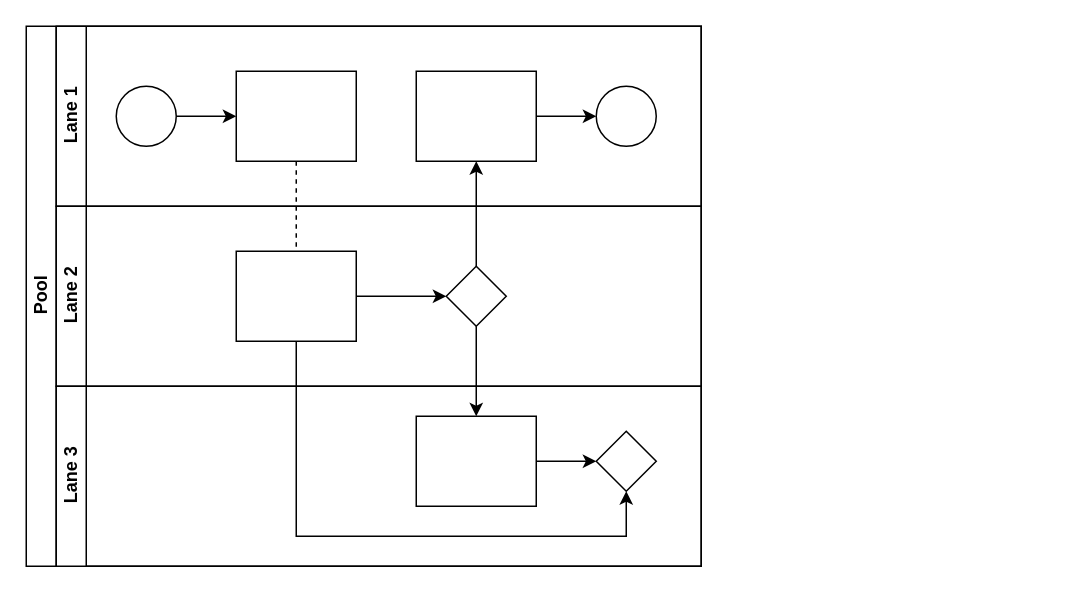
Before: Untitled Diagram.drawio in payam6/sandbox, a draw.io diagram. Source tidied: cells renumbered, new cells numbered last; positions are measured from the earlier drawing's top-left corner, leaving out a move shared by most shapes. Both pictures are drawn from the tidied source at 150%, with x=0, y=0 at pixel (26, 26).
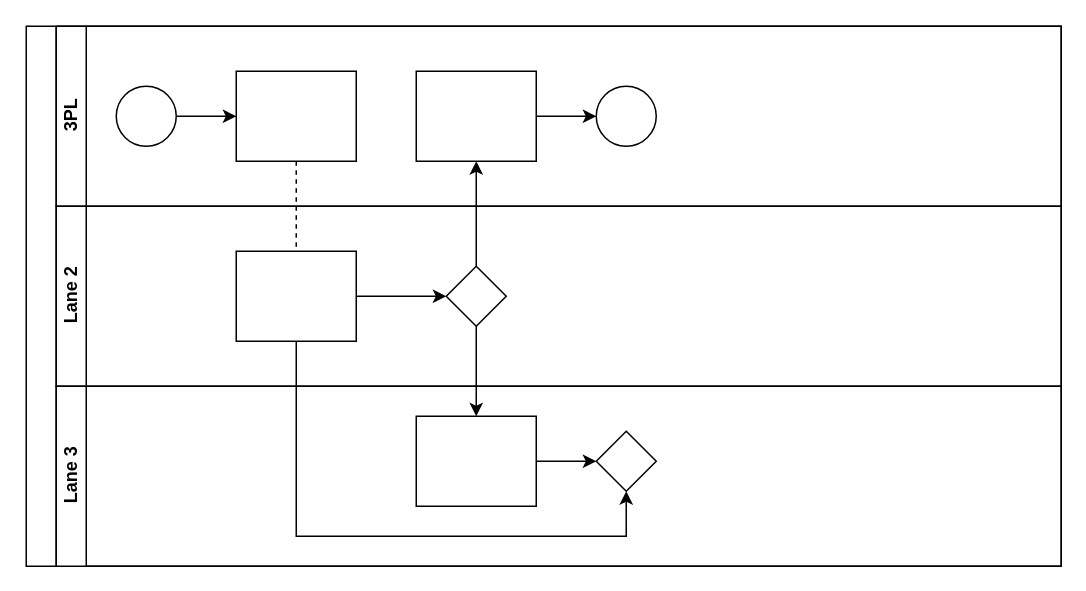
The same diagram, later.

Diff of the diagram source:
```diff
@@
-    <mxCell id="2" value="Pool" style="swimlane;html=1;horizontal=0;startSize=20;" parent="1" vertex="1">
-      <mxGeometry width="450" height="360" as="geometry" />
+    <mxCell id="2" style="swimlane;html=1;horizontal=0;startSize=20;" parent="1" vertex="1">
+      <mxGeometry width="690" height="360" as="geometry" />
     </mxCell>
@@
-    <mxCell id="7" value="Lane 1" style="swimlane;html=1;startSize=20;horizontal=0;" parent="2" vertex="1">
-      <mxGeometry x="20" width="430" height="120" as="geometry" />
+    <mxCell id="7" value="3PL" style="swimlane;html=1;startSize=20;horizontal=0;" parent="2" vertex="1">
+      <mxGeometry x="20" width="670" height="120" as="geometry" />
     </mxCell>
@@
     <mxCell id="14" value="Lane 2" style="swimlane;html=1;startSize=20;horizontal=0;" parent="2" vertex="1">
-      <mxGeometry x="20" y="120" width="430" height="120" as="geometry" />
+      <mxGeometry x="20" y="120" width="670" height="120" as="geometry" />
     </mxCell>
@@
     <mxCell id="18" value="Lane 3" style="swimlane;html=1;startSize=20;horizontal=0;" parent="2" vertex="1">
-      <mxGeometry x="20" y="240" width="430" height="120" as="geometry" />
+      <mxGeometry x="20" y="240" width="670" height="120" as="geometry" />
     </mxCell>
```
